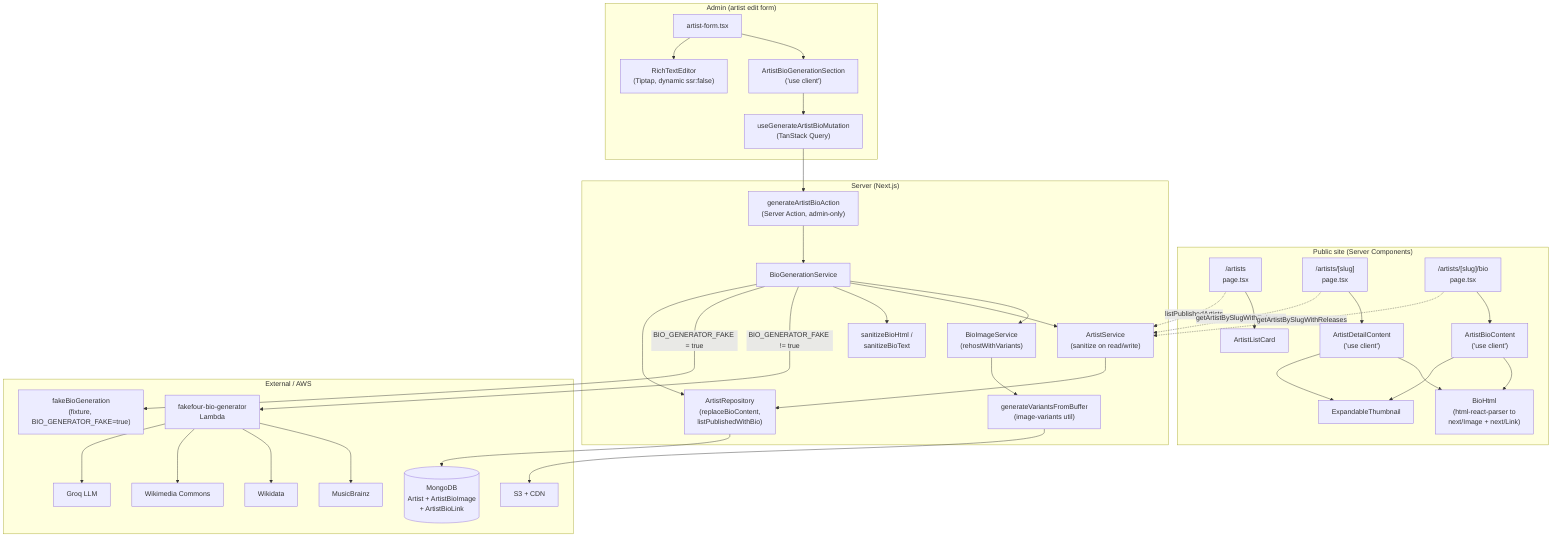
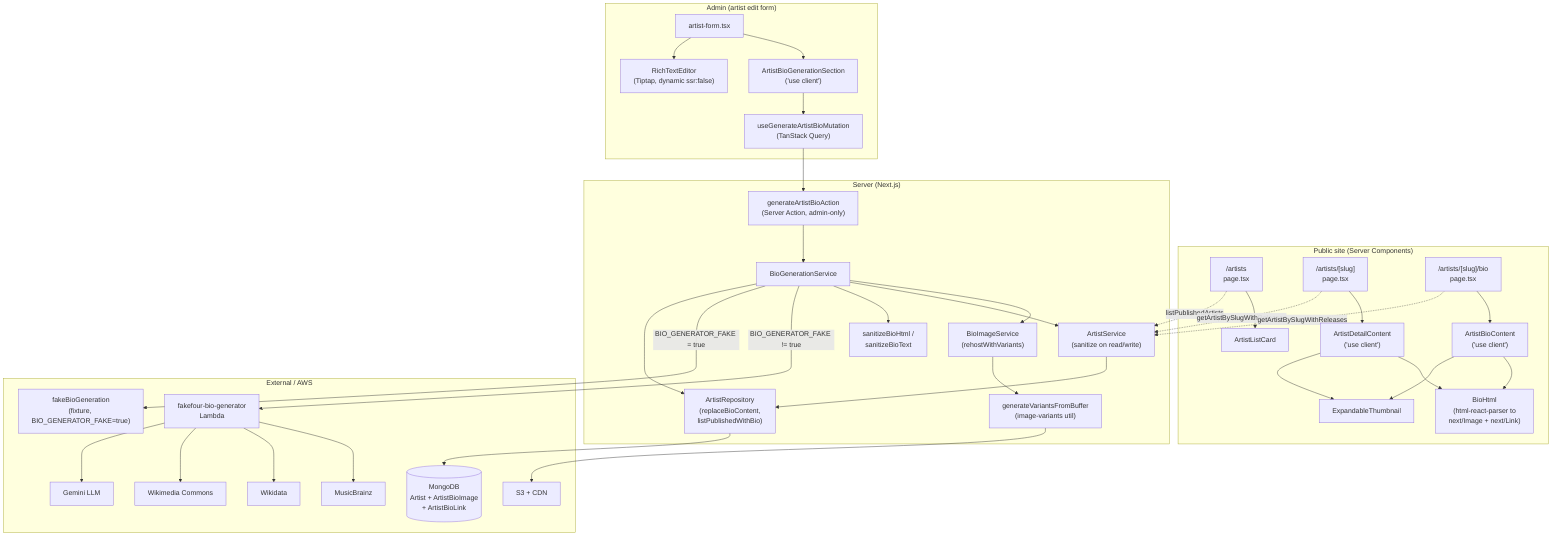
flowchart TD
    subgraph public["Public site (Server Components)"]
        IDX["/artists<br/>page.tsx"]
        DET["/artists/[slug]<br/>page.tsx"]
        BIO["/artists/[slug]/bio<br/>page.tsx"]
        CARD["ArtistListCard"]
        DETC["ArtistDetailContent<br/>('use client')"]
        BIOC["ArtistBioContent<br/>('use client')"]
        BHTML["BioHtml<br/>(html-react-parser to<br/>next/Image + next/Link)"]
        THUMB["ExpandableThumbnail"]
    end

    subgraph admin["Admin (artist edit form)"]
        FORM["artist-form.tsx"]
        GENSEC["ArtistBioGenerationSection<br/>('use client')"]
        RTE["RichTextEditor<br/>(Tiptap, dynamic ssr:false)"]
        MUT["useGenerateArtistBioMutation<br/>(TanStack Query)"]
    end

    subgraph server["Server (Next.js)"]
        ACT["generateArtistBioAction<br/>(Server Action, admin-only)"]
        SVC["BioGenerationService"]
        IMGSVC["BioImageService<br/>(rehostWithVariants)"]
        ASVC["ArtistService<br/>(sanitize on read/write)"]
        REPO["ArtistRepository<br/>(replaceBioContent,<br/>listPublishedWithBio)"]
        SAN["sanitizeBioHtml /<br/>sanitizeBioText"]
        VAR["generateVariantsFromBuffer<br/>(image-variants util)"]
    end

    subgraph ext["External / AWS"]
        LAMBDA["fakefour-bio-generator<br/>Lambda"]
        FAKE["fakeBioGeneration<br/>(fixture, BIO_GENERATOR_FAKE=true)"]
        S3["S3 + CDN"]
        DB[("MongoDB<br/>Artist + ArtistBioImage<br/>+ ArtistBioLink")]
        MB["MusicBrainz"]
        WD["Wikidata"]
        WM["Wikimedia Commons"]
-         GROQ["Groq LLM"]
+         GEMINI["Gemini LLM"]
    end

    IDX --> CARD
    DET --> DETC
    BIO --> BIOC
    DETC --> BHTML
    DETC --> THUMB
    BIOC --> BHTML
    BIOC --> THUMB
    IDX -.->|listPublishedArtists| ASVC
    DET -.->|getArtistBySlugWithReleases| ASVC
    BIO -.->|getArtistBySlugWithReleases| ASVC

    FORM --> GENSEC
    FORM --> RTE
    GENSEC --> MUT
    MUT --> ACT
    ACT --> SVC
    SVC --> IMGSVC
    SVC --> ASVC
    SVC --> SAN
    IMGSVC --> VAR
    VAR --> S3
    SVC -->|"BIO_GENERATOR_FAKE != true"| LAMBDA
    SVC -->|"BIO_GENERATOR_FAKE = true"| FAKE
    SVC --> REPO
    ASVC --> REPO
    REPO --> DB

    LAMBDA --> MB
    LAMBDA --> WD
    LAMBDA --> WM
-     LAMBDA --> GROQ
+     LAMBDA --> GEMINI
